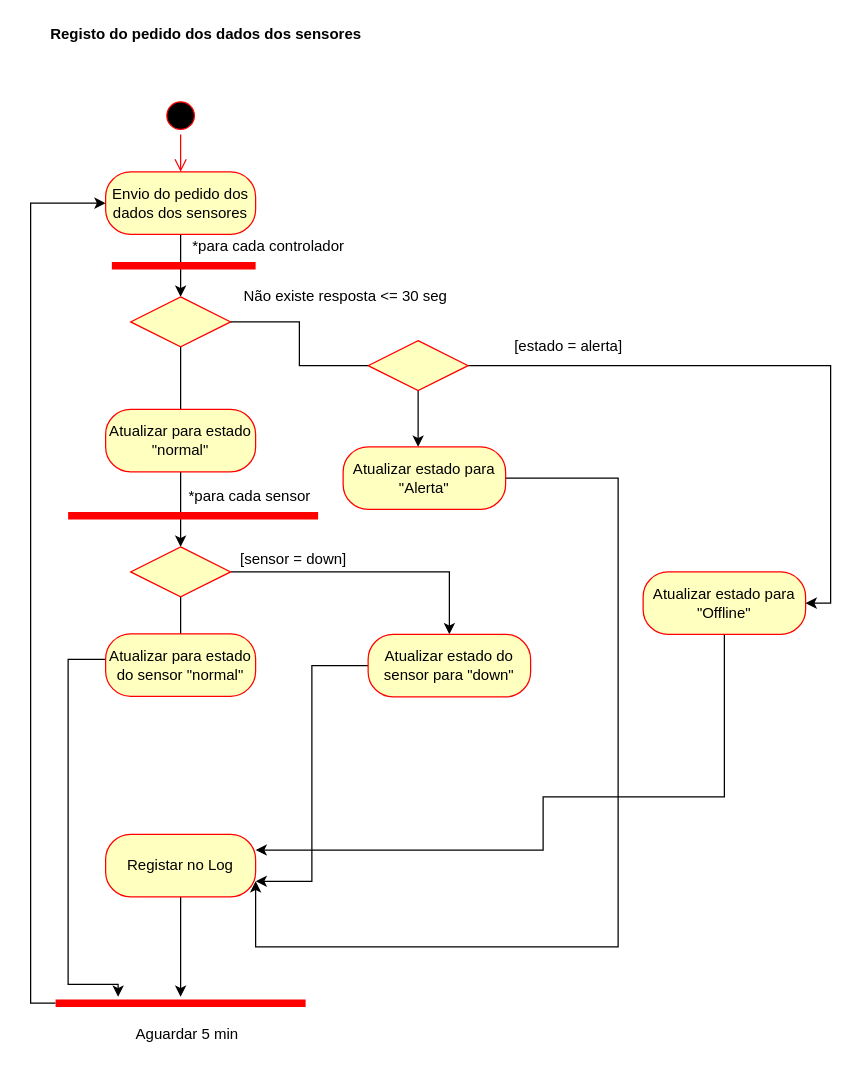
The draw.io diagram page "Diagrama de Atividades Globais" (9 of 11) of Diagrama de Atividades_Trabalho_final.drawio in cunhaestgv/Colheitas, before the edit. Source tidied: cells renumbered, new cells numbered last; positions are measured from the earlier drawing's top-left corner, leaving out a move shared by most shapes. Both pictures are drawn from the tidied source at 125%, with x=0, y=0 at pixel (30, 21).
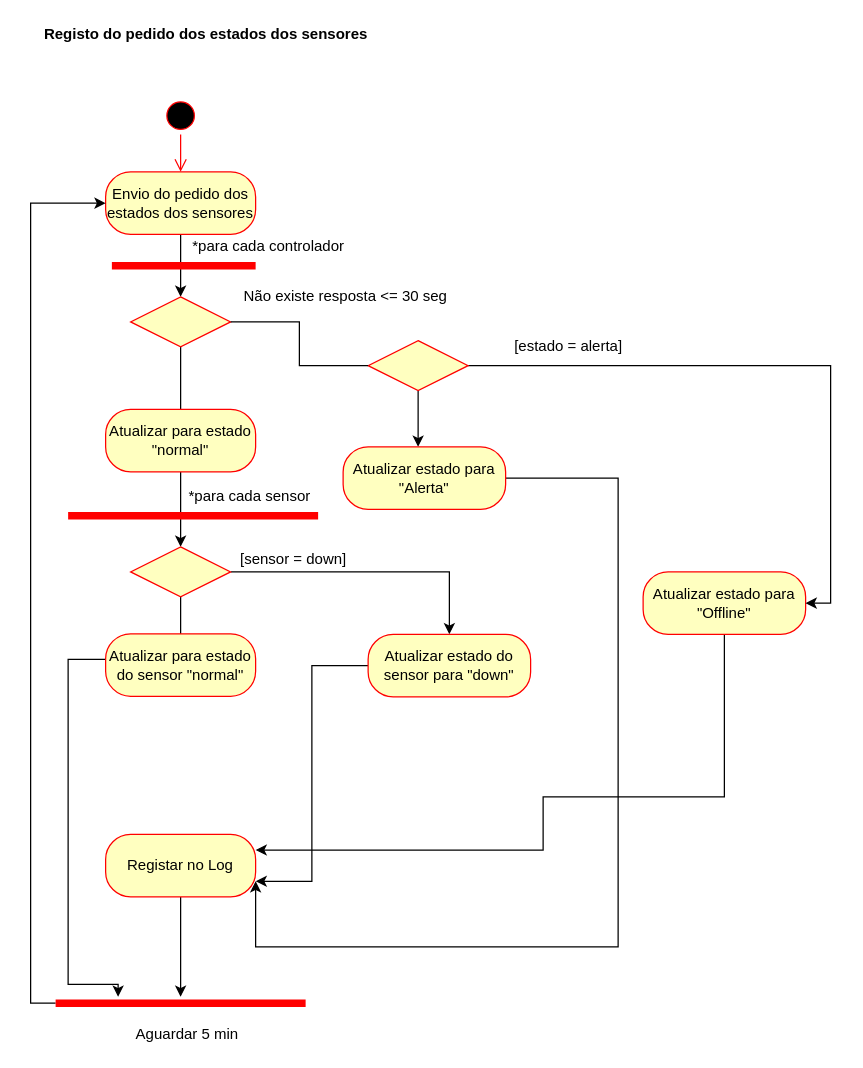
Above is the later version.

Change to the diagram source:
```diff
@@
-    <mxCell id="2" value="Registo do pedido dos dados dos sensores&lt;br&gt;" style="text;html=1;align=center;verticalAlign=middle;fontStyle=1;" parent="1" vertex="1">
-      <mxGeometry x="10" width="260" height="20" as="geometry" />
+    <mxCell id="2" value="Registo do pedido dos estados dos sensores" style="text;html=1;align=center;verticalAlign=middle;fontStyle=1;" parent="1" vertex="1">
+      <mxGeometry x="5" width="270" height="20" as="geometry" />
     </mxCell>
@@
-    <mxCell id="6" value="Envio do pedido dos dados dos sensores" style="rounded=1;whiteSpace=wrap;html=1;arcSize=40;fontColor=#000000;fillColor=#ffffc0;strokeColor=#ff0000;" parent="1" vertex="1">
+    <mxCell id="6" value="Envio do pedido dos estados dos sensores" style="rounded=1;whiteSpace=wrap;html=1;arcSize=40;fontColor=#000000;fillColor=#ffffc0;strokeColor=#ff0000;" parent="1" vertex="1">
       <mxGeometry x="60" y="120" width="120" height="50" as="geometry" />
     </mxCell>
```
